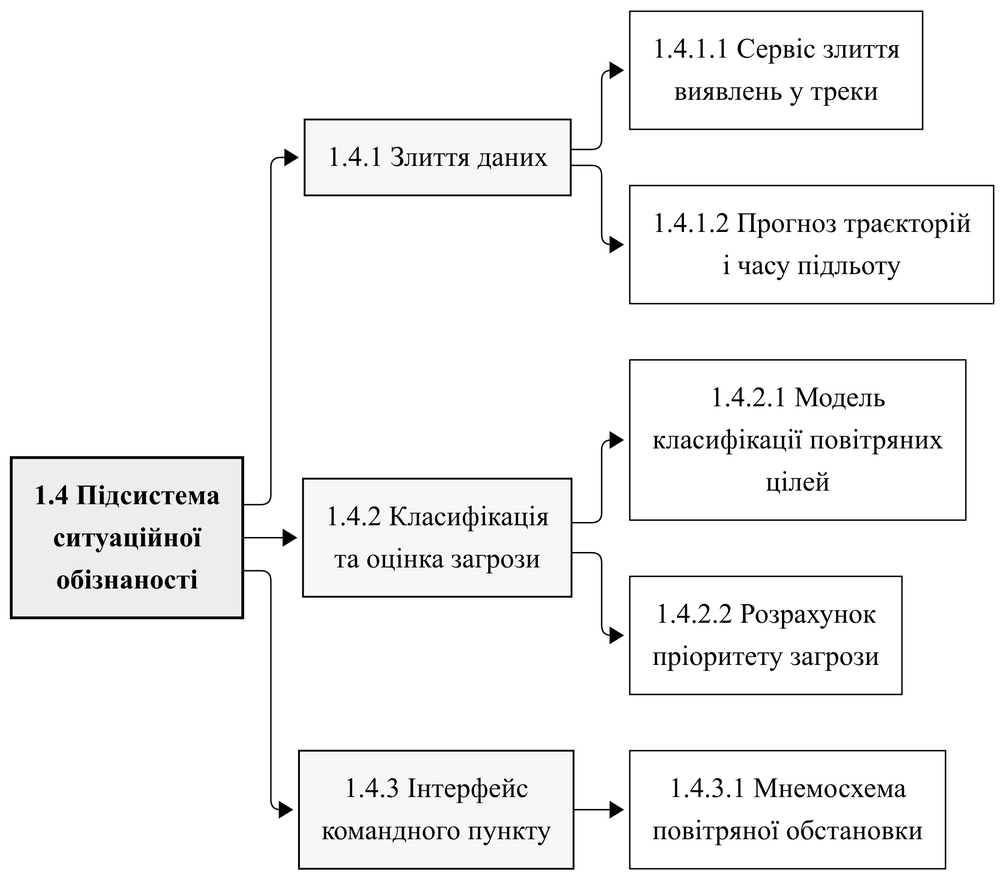
This is lab1/diagrams/12_wbs_1_4.png from KravAvfv/-_2026, a Mermaid export, as it was before one commit. Its source is kept beside it as lab1/diagrams/12_wbs_1_4.mmd. Its diagram source:
```mermaid
flowchart LR
  classDef l0 fill:#D9D9D9,stroke:#000,stroke-width:2.5px,font-weight:bold;
  classDef l1 fill:#EDEDED,stroke:#000,stroke-width:2px,font-weight:bold;
  classDef l2 fill:#F7F7F7,stroke:#000,stroke-width:1.3px;
  classDef l3 fill:#FFFFFF,stroke:#000,stroke-width:1px;
  classDef alt fill:#FFFFFF,stroke:#000,stroke-width:1px,stroke-dasharray:6 4;

  N1_4["1.4 Підсистема<br/>ситуаційної<br/>обізнаності"]:::l1
  N1_4_1["1.4.1 Злиття даних"]:::l2
  N1_4 --> N1_4_1
  N1_4_1_1["1.4.1.1 Сервіс злиття<br/>виявлень у треки"]:::l3
  N1_4_1 --> N1_4_1_1
  N1_4_1_2["1.4.1.2 Прогноз траєкторій<br/>і часу підльоту"]:::l3
  N1_4_1 --> N1_4_1_2
  N1_4_2["1.4.2 Класифікація<br/>та оцінка загрози"]:::l2
  N1_4 --> N1_4_2
  N1_4_2_1["1.4.2.1 Модель<br/>класифікації повітряних<br/>цілей"]:::l3
  N1_4_2 --> N1_4_2_1
  N1_4_2_2["1.4.2.2 Розрахунок<br/>пріоритету загрози"]:::l3
  N1_4_2 --> N1_4_2_2
  N1_4_3["1.4.3 Інтерфейс<br/>командного пункту"]:::l2
  N1_4 --> N1_4_3
  N1_4_3_1["1.4.3.1 Мнемосхема<br/>повітряної обстановки"]:::l3
  N1_4_3 --> N1_4_3_1
```
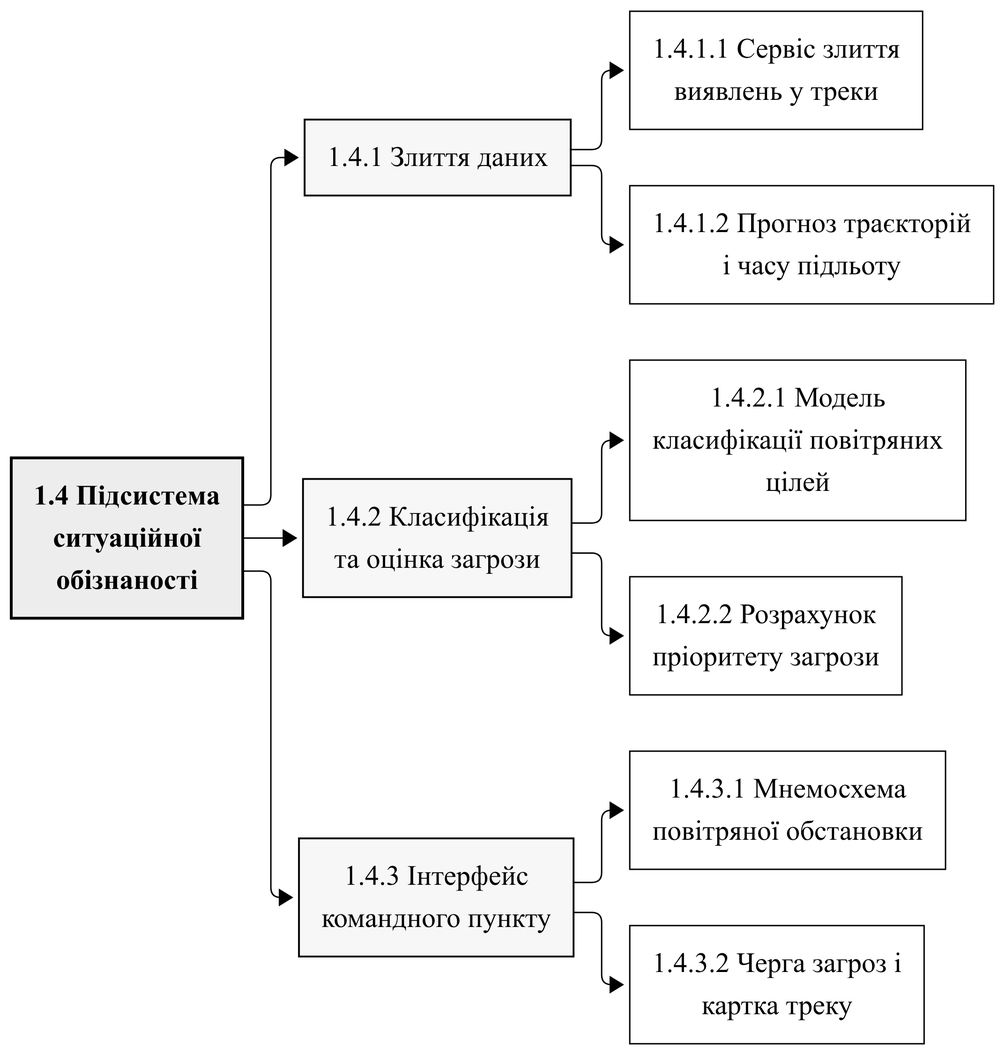
Later version of the same file.

The edit, as a diff of the source:
```diff
@@ -22,3 +22,5 @@
   N1_4 --> N1_4_3
   N1_4_3_1["1.4.3.1 Мнемосхема<br/>повітряної обстановки"]:::l3
   N1_4_3 --> N1_4_3_1
+  N1_4_3_2["1.4.3.2 Черга загроз і<br/>картка треку"]:::l3
+  N1_4_3 --> N1_4_3_2
```
